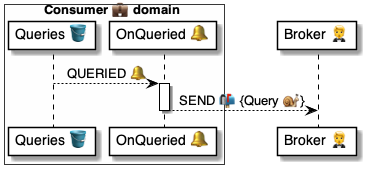
The PlantUML diagram 4 ⚙️ Solution/41 🎭 Domain Roles/Consumers 💼/💼🪣 Consumer tables/Queries 🗄️ table/🪣🧱 11 Queried 🔔 event/💼 OnQueryQueried ⚙️ uml.png in pollyweb-org/pollyweb-docs, before a commit. Its source is kept beside it as 4 ⚙️ Solution/41 🎭 Domain Roles/Consumers 💼/💼🪣 Consumer tables/Queries 🗄️ table/🪣🧱 11 Queried 🔔 event/💼 OnQueryQueried ⚙️ uml.puml.
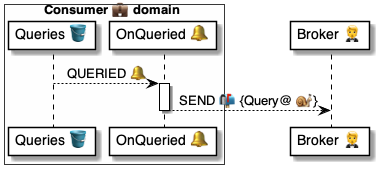
Above is the later version.

Change to the diagram source:
```diff
@@ -9,7 +9,7 @@
 table --> handler: QUERIED 🔔
 
 activate handler
-    handler --> broker: SEND 📬 {Query 🐌}
+    handler --> broker: SEND 📬 {Query@ 🐌}
 deactivate handler
 
 @enduml
```
